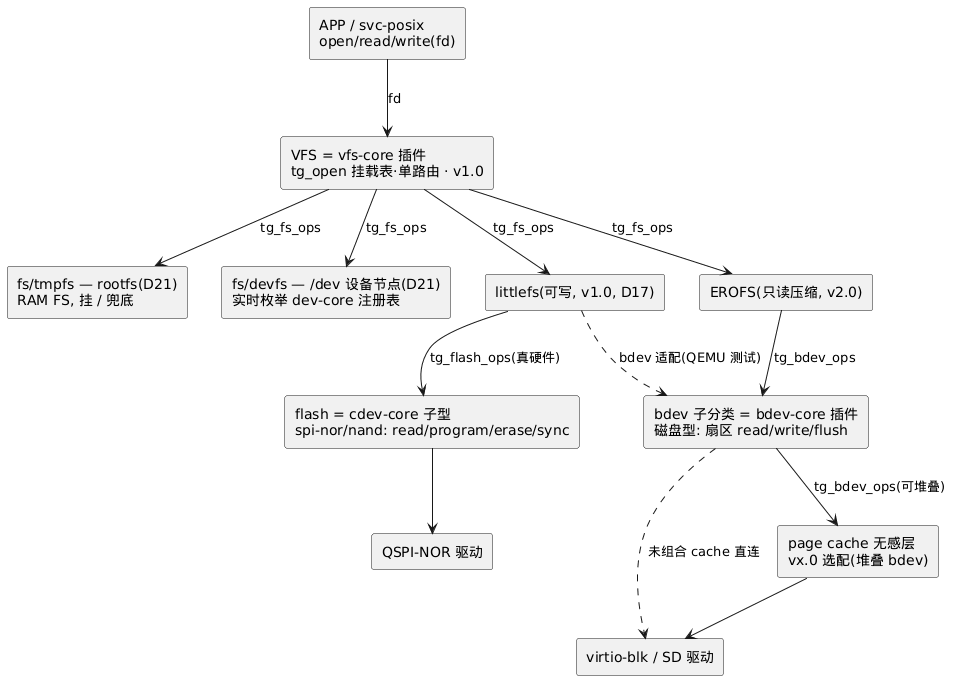
Earlier version of the PlantUML export docs/1-architecture/pics/1-01-architecture-05.png (zhuyh4n9/brickOS). The source it was exported from:
```plantuml
@startuml
skinparam componentStyle rectangle

[APP / svc-posix\nopen/read/write(fd)] as TOP
[VFS = vfs-core 插件\ntg_open 挂载表·单路由 · v1.0] as VFS
[fs/tmpfs — rootfs(D21)\nRAM FS, 挂 / 兜底] as TMP
[fs/devfs — /dev 设备节点(D21)\n实时枚举 dev-core 注册表] as DFS
[littlefs(可写, v1.0, D17)] as FS1
[EROFS(只读压缩, v2.0)] as FS2
[bdev 子分类 = bdev-core 插件\n磁盘型: 扇区 read/write/flush] as BD
[flash = cdev-core 子型\nspi-nor/nand: read/program/erase/sync] as FL
[page cache 无感层\nvx.0 选配(堆叠 bdev)] as PC
[virtio-blk / SD 驱动] as DRV1
[QSPI-NOR 驱动] as DRV2

TOP --> VFS : fd
VFS --> TMP : tg_fs_ops
VFS --> DFS : tg_fs_ops
VFS --> FS1 : tg_fs_ops
VFS --> FS2 : tg_fs_ops
FS1 --> FL : tg_flash_ops(真硬件)
FS1 ..> BD : bdev 适配(QEMU 测试)
FS2 --> BD : tg_bdev_ops
BD --> PC : tg_bdev_ops(可堆叠)
PC --> DRV1
BD ..> DRV1 : 未组合 cache 直连
FL --> DRV2
@enduml
```
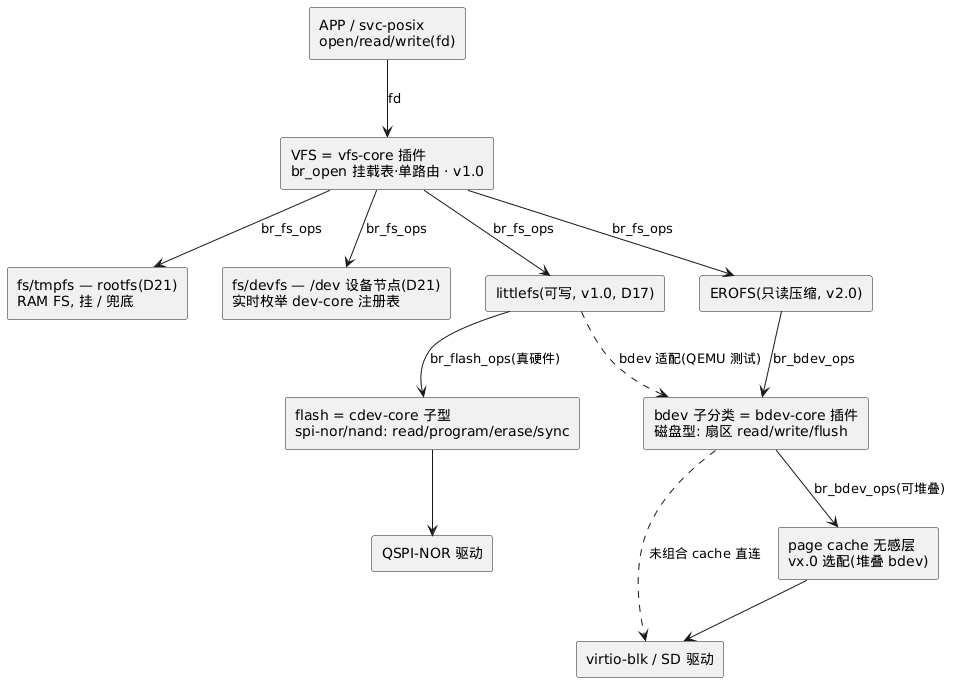
After the change.

Change to the diagram source:
```diff
@@ -2,7 +2,7 @@
 skinparam componentStyle rectangle
 
 [APP / svc-posix\nopen/read/write(fd)] as TOP
-[VFS = vfs-core 插件\ntg_open 挂载表·单路由 · v1.0] as VFS
+[VFS = vfs-core 插件\nbr_open 挂载表·单路由 · v1.0] as VFS
 [fs/tmpfs — rootfs(D21)\nRAM FS, 挂 / 兜底] as TMP
 [fs/devfs — /dev 设备节点(D21)\n实时枚举 dev-core 注册表] as DFS
 [littlefs(可写, v1.0, D17)] as FS1
@@ -14,14 +14,14 @@
 [QSPI-NOR 驱动] as DRV2
 
 TOP --> VFS : fd
-VFS --> TMP : tg_fs_ops
-VFS --> DFS : tg_fs_ops
-VFS --> FS1 : tg_fs_ops
-VFS --> FS2 : tg_fs_ops
-FS1 --> FL : tg_flash_ops(真硬件)
+VFS --> TMP : br_fs_ops
+VFS --> DFS : br_fs_ops
+VFS --> FS1 : br_fs_ops
+VFS --> FS2 : br_fs_ops
+FS1 --> FL : br_flash_ops(真硬件)
 FS1 ..> BD : bdev 适配(QEMU 测试)
-FS2 --> BD : tg_bdev_ops
-BD --> PC : tg_bdev_ops(可堆叠)
+FS2 --> BD : br_bdev_ops
+BD --> PC : br_bdev_ops(可堆叠)
 PC --> DRV1
 BD ..> DRV1 : 未组合 cache 直连
 FL --> DRV2
```
